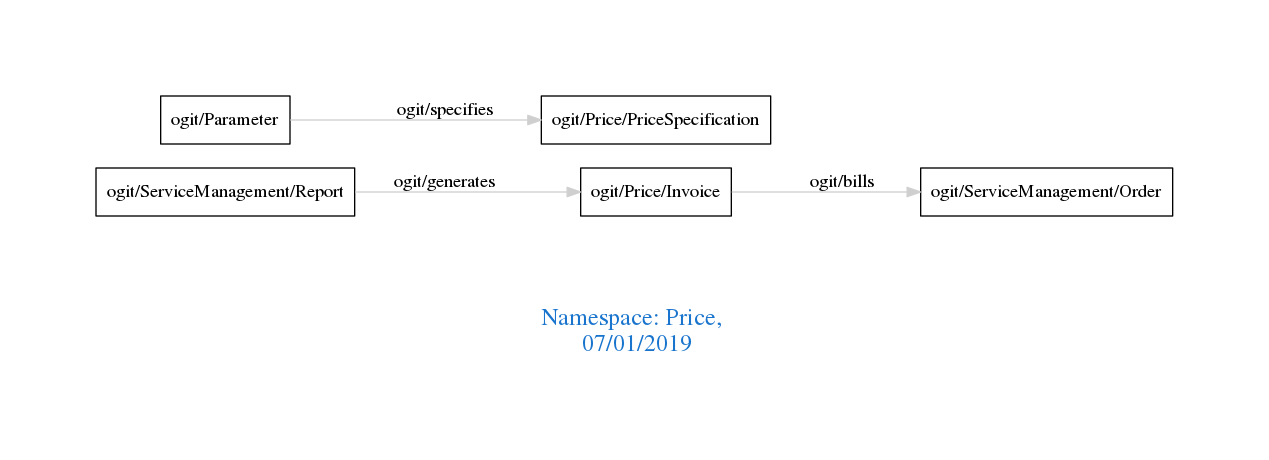
Earlier version of the Graphviz export downloads/Price.png (arago/OGIT). Its source is kept beside it as downloads/Price.dot.
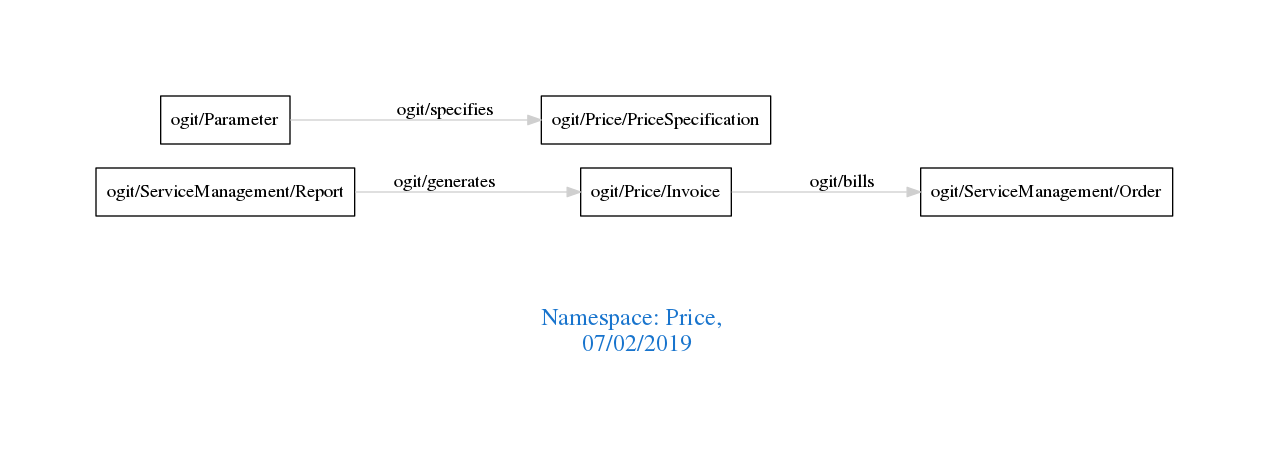
After the change.

What changed in the source:
```diff
@@ -1,7 +1,7 @@
 digraph OGIT_ontology {
  graph [ rankdir= LR,pad=1
 fontsize = 18,
-fontcolor= dodgerblue3,label = "\n\n\nNamespace: Price, \n 07/01/2019"];
+fontcolor= dodgerblue3,label = "\n\n\nNamespace: Price, \n 07/02/2019"];
 node[shape=polygon];
 edge [  color="gray81"];
 
```
